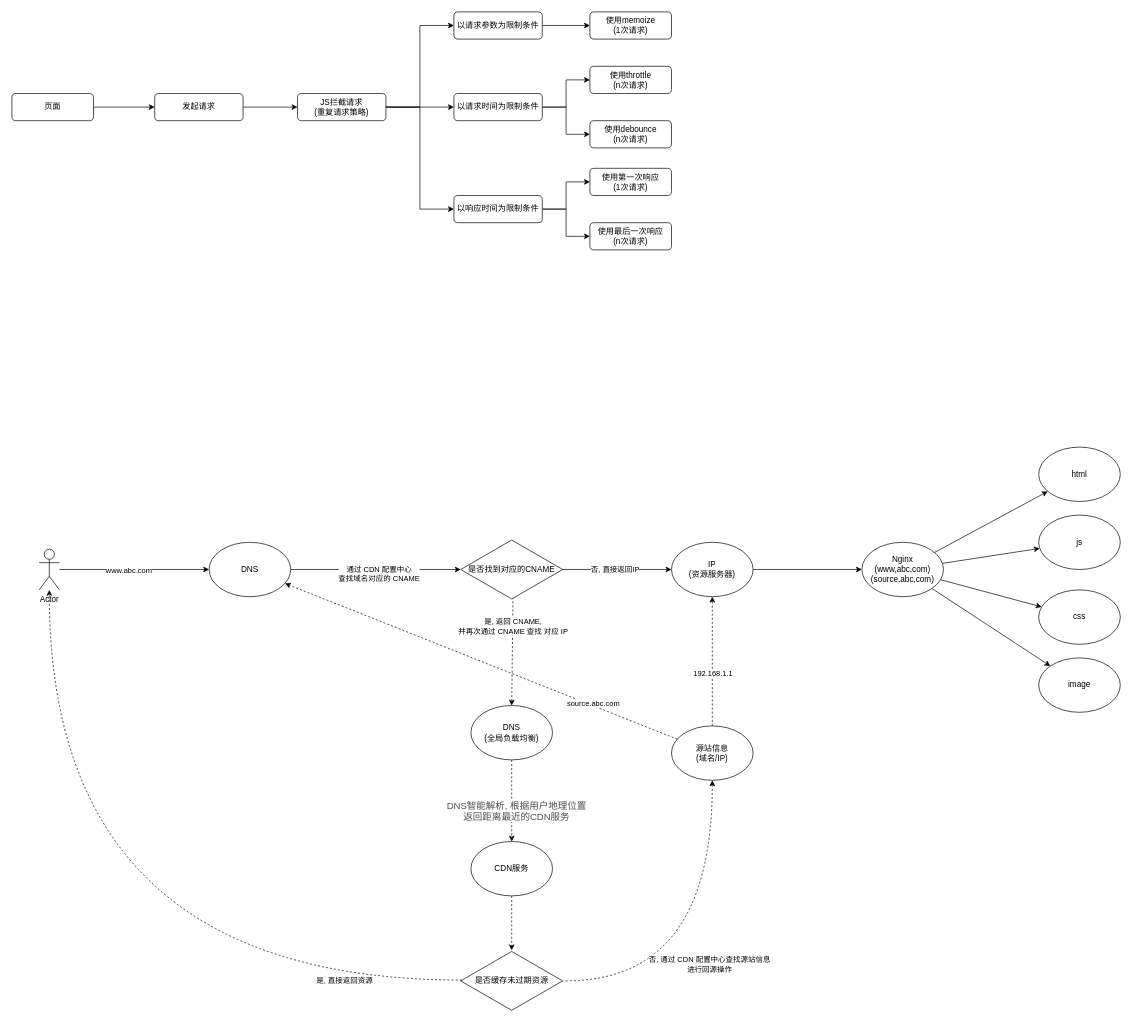
The draw.io diagram Untitled Diagram.drawio in stephenliu1944/diagrams, before the edit. Source tidied: cells renumbered, new cells numbered last; positions are measured from the earlier drawing's top-left corner, leaving out a move shared by most shapes. Both pictures are drawn from the tidied source at 68%, with x=0, y=0 at pixel (12, 12).
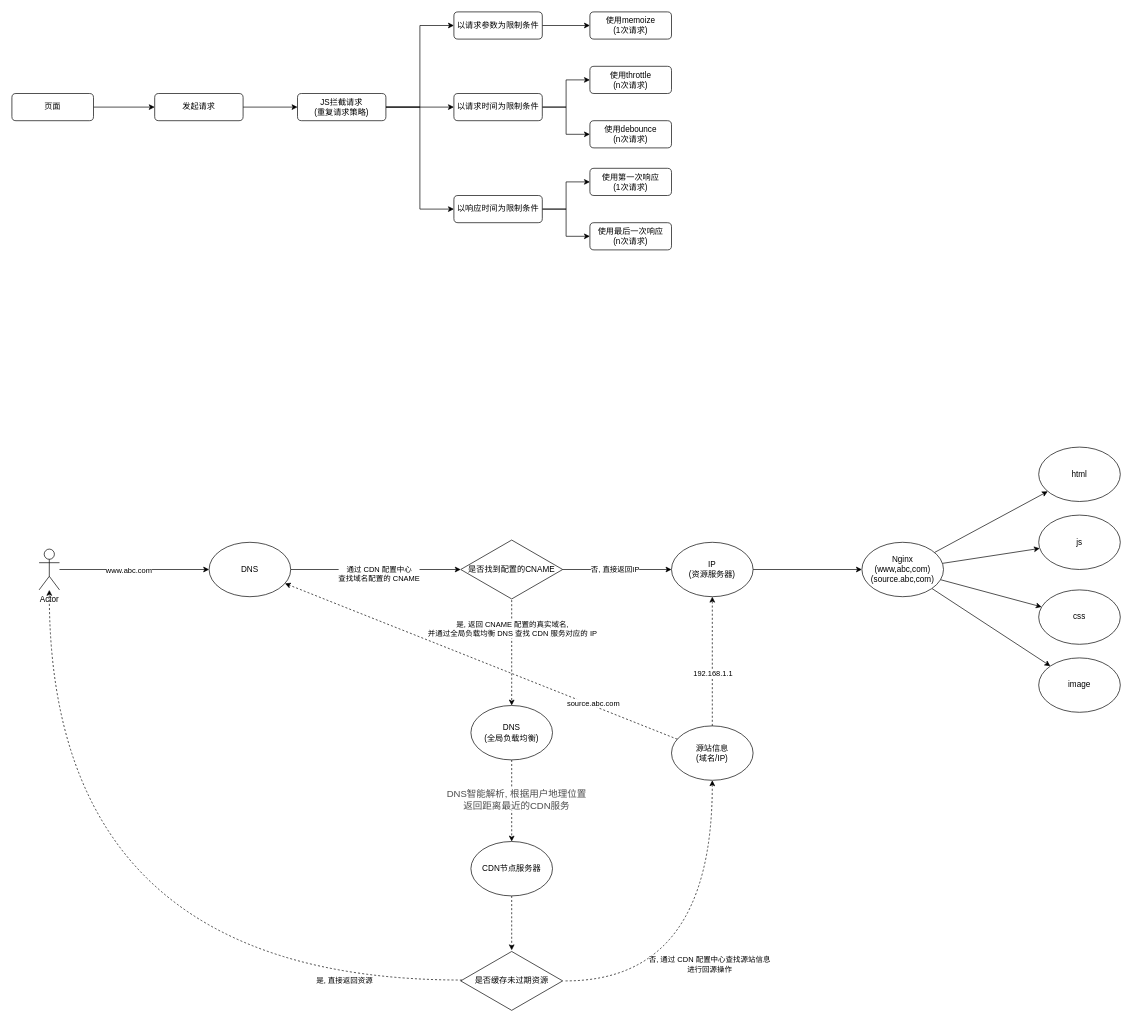
The same page after the edit.

The change refers to these unchanged cells:
```xml
<mxCell id="25" style="edgeStyle=none;rounded=0;jettySize=auto;html=1;dashed=1;" parent="1" edge="1" source="54" target="50">
  <mxGeometry relative="1" as="geometry" />
</mxCell>
<mxCell id="27" style="rounded=0;jettySize=auto;html=1;exitX=1;exitY=0.5;exitDx=0;exitDy=0;" parent="1" edge="1" source="29" target="59">
  <mxGeometry relative="1" as="geometry" />
</mxCell>
<mxCell id="54" value="DNS&lt;br&gt;(全局负载均衡)" style="ellipse;whiteSpace=wrap;html=1;" parent="1" vertex="1">
  <mxGeometry x="675" y="1020" width="120" height="80" as="geometry" />
</mxCell>
```

Change to the diagram source:
```diff
@@
     <mxCell id="26" value="&lt;span style=&quot;color: rgb(76 , 76 , 76) ; font-size: 14px ; text-align: left ; text-indent: 28px&quot;&gt;DNS智能解析, 根据用户地理位置&lt;br&gt;返回距离最近的CDN服务&lt;/span&gt;" style="edgeLabel;html=1;align=center;verticalAlign=middle;" parent="25" vertex="1">
       <mxGeometry x="-0.35" relative="1" as="geometry">
-        <mxPoint x="6" y="35" as="offset" />
+        <mxPoint x="6" y="18" as="offset" />
       </mxGeometry>
     </mxCell>
@@
-    <mxCell id="28" value="通过 CDN 配置中心&lt;br&gt;查找域名对应的 CNAME" style="edgeLabel;html=1;align=center;verticalAlign=middle;" parent="27" vertex="1">
+    <mxCell id="28" value="通过 CDN 配置中心&lt;br&gt;查找域名配置的 CNAME" style="edgeLabel;html=1;align=center;verticalAlign=middle;" parent="27" vertex="1">
       <mxGeometry x="-0.32" y="1" relative="1" as="geometry">
         <mxPoint x="44" y="7" as="offset" />
       </mxGeometry>
     </mxCell>
@@
-    <mxCell id="50" value="CDN服务" style="ellipse;whiteSpace=wrap;html=1;" parent="1" vertex="1">
+    <mxCell id="50" value="CDN节点服务器" style="ellipse;whiteSpace=wrap;html=1;" parent="1" vertex="1">
       <mxGeometry x="675" y="1220" width="120" height="80" as="geometry" />
     </mxCell>
@@
-    <mxCell id="55" style="edgeStyle=none;rounded=0;jettySize=auto;html=1;entryX=0.5;entryY=0;entryDx=0;entryDy=0;dashed=1;exitX=0.513;exitY=0.952;exitDx=0;exitDy=0;exitPerimeter=0;" parent="1" edge="1" source="59" target="54">
+    <mxCell id="55" style="edgeStyle=none;rounded=0;jettySize=auto;html=1;dashed=1;" parent="1" edge="1" source="59" target="54">
       <mxGeometry relative="1" as="geometry" />
     </mxCell>
-    <mxCell id="56" value="是, 返回 CNAME,&lt;br&gt;并再次通过 CNAME 查找 对应 IP" style="edgeLabel;html=1;align=center;verticalAlign=middle;" parent="55" vertex="1">
+    <mxCell id="56" value="是, 返回 CNAME 配置的真实域名,&lt;br&gt;并通过全局负载均衡 DNS 查找 CDN 服务对应的 IP" style="edgeLabel;html=1;align=center;verticalAlign=middle;" parent="55" vertex="1">
       <mxGeometry x="-0.69" relative="1" as="geometry">
         <mxPoint y="18" as="offset" />
       </mxGeometry>
     </mxCell>
@@
-    <mxCell id="59" value="是否找到对应的CNAME" style="html=1;whiteSpace=wrap;shape=isoRectangle;" parent="1" vertex="1">
+    <mxCell id="59" value="是否找到配置的CNAME" style="html=1;whiteSpace=wrap;shape=isoRectangle;" parent="1" vertex="1">
       <mxGeometry x="660" y="775" width="150" height="90" as="geometry" />
     </mxCell>
```
